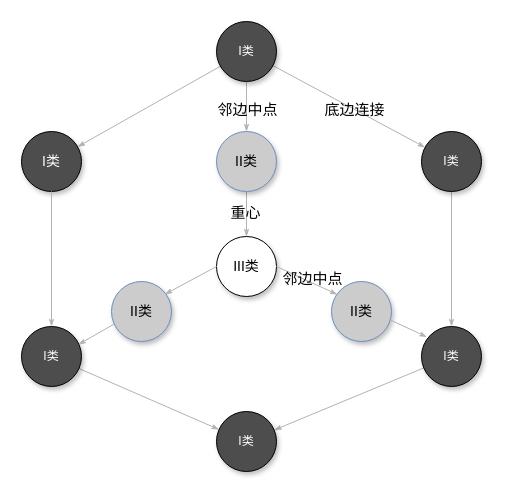
Earlier version of the draw.io diagram 探测网.drawio (glancccc/CS-Books). Source tidied: cells renumbered, new cells numbered last; positions are measured from the earlier drawing's top-left corner, leaving out a move shared by most shapes. Both pictures are drawn from the tidied source at 100%, with x=0, y=0 at pixel (21, 21).
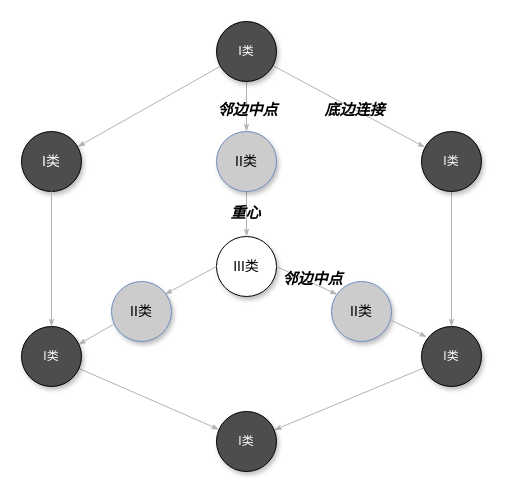
The same diagram, later.

Commit message:
更新探测网.drawio

Diff of the diagram source:
```diff
@@
-    <mxCell id="24" value="底边连接" style="edgeLabel;html=1;align=center;verticalAlign=middle;fontColor=#000000;fontSize=15;labelBackgroundColor=none;" parent="1" vertex="1">
+    <mxCell id="24" value="底边连接" style="edgeLabel;html=1;align=center;verticalAlign=middle;fontColor=#000000;fontSize=15;labelBackgroundColor=none;fontStyle=3;" parent="1" vertex="1">
       <mxGeometry x="332" y="87" as="geometry" />
     </mxCell>
-    <mxCell id="25" value="邻边中点" style="edgeLabel;html=1;align=center;verticalAlign=middle;fontColor=#000000;fontSize=15;labelBackgroundColor=none;" parent="1" vertex="1">
+    <mxCell id="25" value="邻边中点" style="edgeLabel;html=1;align=center;verticalAlign=middle;fontColor=#000000;fontSize=15;labelBackgroundColor=none;fontStyle=3;" parent="1" vertex="1">
       <mxGeometry x="232" y="80" as="geometry">
         <mxPoint x="-7" y="7" as="offset" />
       </mxGeometry>
     </mxCell>
-    <mxCell id="26" value="重心" style="edgeLabel;html=1;align=center;verticalAlign=middle;fontColor=#000000;fontSize=15;labelBackgroundColor=none;" parent="1" vertex="1">
+    <mxCell id="26" value="重心" style="edgeLabel;html=1;align=center;verticalAlign=middle;fontColor=#000000;fontSize=15;labelBackgroundColor=none;fontStyle=3;" parent="1" vertex="1">
       <mxGeometry x="230" y="183" as="geometry">
         <mxPoint x="-7" y="7" as="offset" />
       </mxGeometry>
     </mxCell>
-    <mxCell id="27" value="邻边中点" style="edgeLabel;html=1;align=center;verticalAlign=middle;fontColor=#000000;fontSize=15;labelBackgroundColor=none;" parent="1" vertex="1">
+    <mxCell id="27" value="邻边中点" style="edgeLabel;html=1;align=center;verticalAlign=middle;fontColor=#000000;fontSize=15;labelBackgroundColor=none;fontStyle=3;" parent="1" vertex="1">
       <mxGeometry x="2" y="309" as="geometry">
         <mxPoint x="288" y="-53" as="offset" />
       </mxGeometry>
     </mxCell>
```
